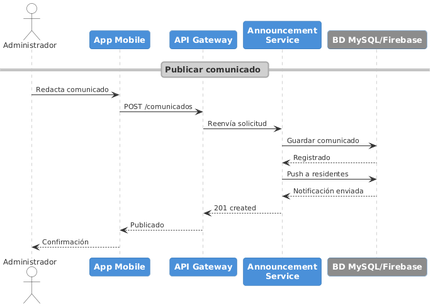
Earlier version of the PlantUML export assets/img/secuencia_comunicados.png (Condomia/Edifika-report). Source of this version:
```plantuml
@startuml
skinparam backgroundColor white
skinparam sequenceArrowThickness 1
skinparam roundcorner 8

skinparam participant {
    BackgroundColor #4A90D9
    BorderColor #2C6FAC
    FontColor white
    FontSize 13
    FontStyle bold
}

skinparam actor {
    BackgroundColor white
    BorderColor #333333
    FontColor #333333
    FontSize 12
}

skinparam sequence {
    ArrowColor #333333
    ArrowFontSize 11
    ArrowFontColor #333333
    LifeLineBorderColor #AAAAAA
    DividerBackgroundColor #D0D0D0
    DividerBorderColor #AAAAAA
    DividerFontColor #333333
}

actor Administrador
participant "App Mobile" as App
participant "API Gateway" as Gateway
participant "Announcement\nService" as Comm
participant "BD MySQL/Firebase" as BD #8C8C8C

== Publicar comunicado ==
Administrador -> App : Redacta comunicado
App -> Gateway : POST /comunicados
Gateway -> Comm : Reenvía solicitud
Comm -> BD : Guardar comunicado
BD --> Comm : Registrado
Comm -> BD : Push a residentes
BD --> Comm : Notificación enviada
Comm --> Gateway : 201 created
Gateway --> App : Publicado
App --> Administrador : Confirmación
@enduml
```
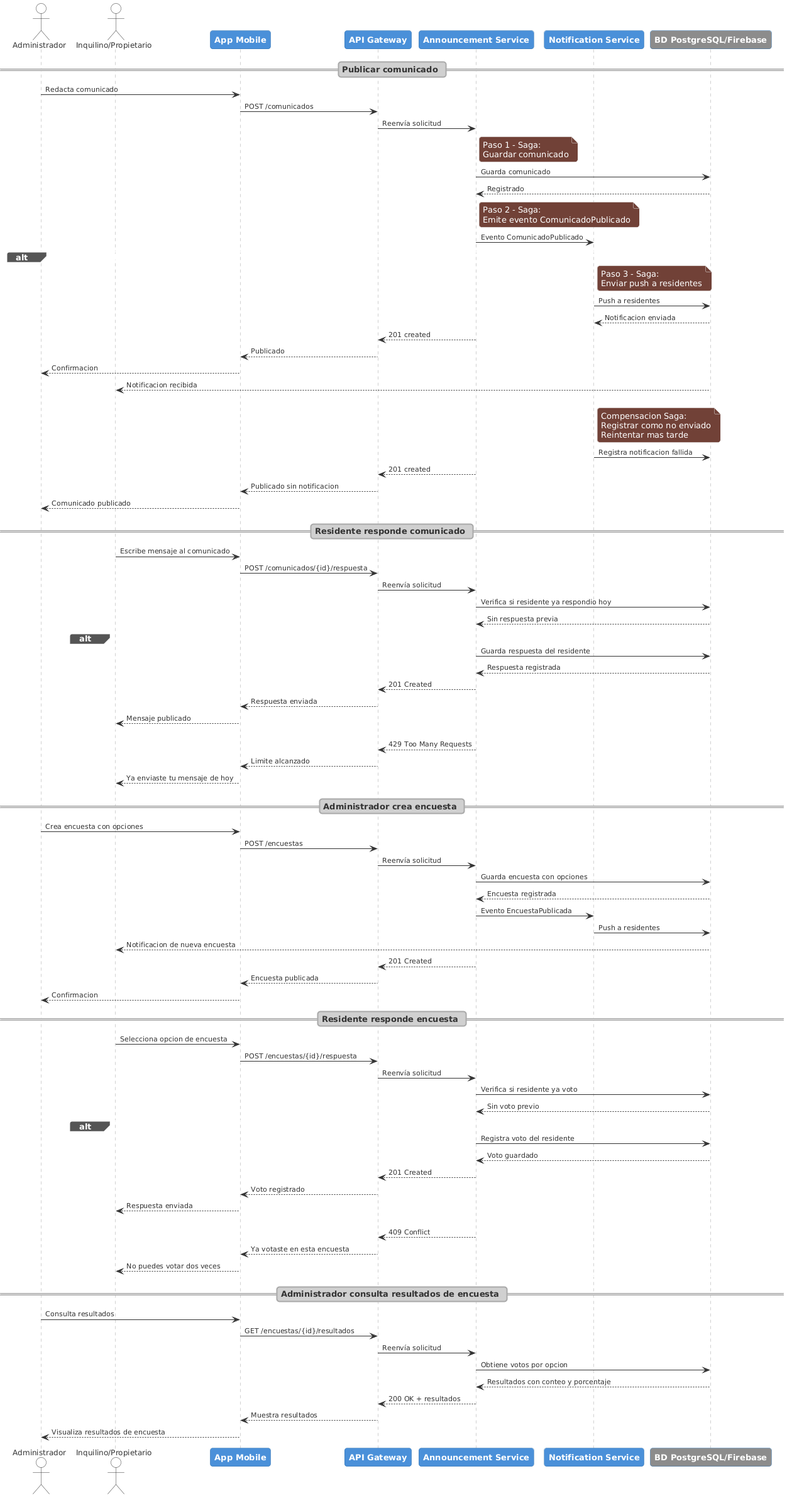
Later version of the same file.

What changed in the source:
```diff
@@ -29,20 +29,116 @@
 }
 
 actor Administrador
+actor "Inquilino/Propietario" as Residente
 participant "App Mobile" as App
 participant "API Gateway" as Gateway
-participant "Announcement\nService" as Comm
-participant "BD MySQL/Firebase" as BD #8C8C8C
+participant "Announcement Service" as Comm
+participant "Notification Service" as Notif
+participant "BD PostgreSQL/Firebase" as BD #8C8C8C
 
 == Publicar comunicado ==
+
+
+
 Administrador -> App : Redacta comunicado
 App -> Gateway : POST /comunicados
 Gateway -> Comm : Reenvía solicitud
-Comm -> BD : Guardar comunicado
+
+note right of Comm
+  Paso 1 - Saga:
+  Guardar comunicado
+end note
+Comm -> BD : Guarda comunicado
 BD --> Comm : Registrado
-Comm -> BD : Push a residentes
-BD --> Comm : Notificación enviada
-Comm --> Gateway : 201 created
-Gateway --> App : Publicado
-App --> Administrador : Confirmación
+
+note right of Comm
+  Paso 2 - Saga:
+  Emite evento ComunicadoPublicado
+end note
+Comm -> Notif : Evento ComunicadoPublicado
+
+alt Firebase disponible
+    note right of Notif
+      Paso 3 - Saga:
+      Enviar push a residentes
+    end note
+    Notif -> BD : Push a residentes
+    BD --> Notif : Notificacion enviada
+    Comm --> Gateway : 201 created
+    Gateway --> App : Publicado
+    App --> Administrador : Confirmacion
+    BD --> Residente : Notificacion recibida
+
+else Firebase falla - Accion compensatoria
+    note right of Notif
+      Compensacion Saga:
+      Registrar como no enviado
+      Reintentar mas tarde
+    end note
+    Notif -> BD : Registra notificacion fallida
+    Comm --> Gateway : 201 created
+    Gateway --> App : Publicado sin notificacion
+    App --> Administrador : Comunicado publicado
+end
+
+== Residente responde comunicado ==
+Residente -> App : Escribe mensaje al comunicado
+App -> Gateway : POST /comunicados/{id}/respuesta
+Gateway -> Comm : Reenvía solicitud
+Comm -> BD : Verifica si residente ya respondio hoy
+BD --> Comm : Sin respuesta previa
+
+alt Primer mensaje del dia
+    Comm -> BD : Guarda respuesta del residente
+    BD --> Comm : Respuesta registrada
+    Comm --> Gateway : 201 Created
+    Gateway --> App : Respuesta enviada
+    App --> Residente : Mensaje publicado
+else Limite diario alcanzado
+    Comm --> Gateway : 429 Too Many Requests
+    Gateway --> App : Limite alcanzado
+    App --> Residente : Ya enviaste tu mensaje de hoy
+end
+
+== Administrador crea encuesta ==
+Administrador -> App : Crea encuesta con opciones
+App -> Gateway : POST /encuestas
+Gateway -> Comm : Reenvía solicitud
+Comm -> BD : Guarda encuesta con opciones
+BD --> Comm : Encuesta registrada
+Comm -> Notif : Evento EncuestaPublicada
+Notif -> BD : Push a residentes
+BD --> Residente : Notificacion de nueva encuesta
+Comm --> Gateway : 201 Created
+Gateway --> App : Encuesta publicada
+App --> Administrador : Confirmacion
+
+== Residente responde encuesta ==
+Residente -> App : Selecciona opcion de encuesta
+App -> Gateway : POST /encuestas/{id}/respuesta
+Gateway -> Comm : Reenvía solicitud
+Comm -> BD : Verifica si residente ya voto
+BD --> Comm : Sin voto previo
+
+alt Residente no ha votado
+    Comm -> BD : Registra voto del residente
+    BD --> Comm : Voto guardado
+    Comm --> Gateway : 201 Created
+    Gateway --> App : Voto registrado
+    App --> Residente : Respuesta enviada
+else Residente ya voto
+    Comm --> Gateway : 409 Conflict
+    Gateway --> App : Ya votaste en esta encuesta
+    App --> Residente : No puedes votar dos veces
+end
+
+== Administrador consulta resultados de encuesta ==
+Administrador -> App : Consulta resultados
+App -> Gateway : GET /encuestas/{id}/resultados
+Gateway -> Comm : Reenvía solicitud
+Comm -> BD : Obtiene votos por opcion
+BD --> Comm : Resultados con conteo y porcentaje
+Comm --> Gateway : 200 OK + resultados
+Gateway --> App : Muestra resultados
+App --> Administrador : Visualiza resultados de encuesta
 @enduml
```
